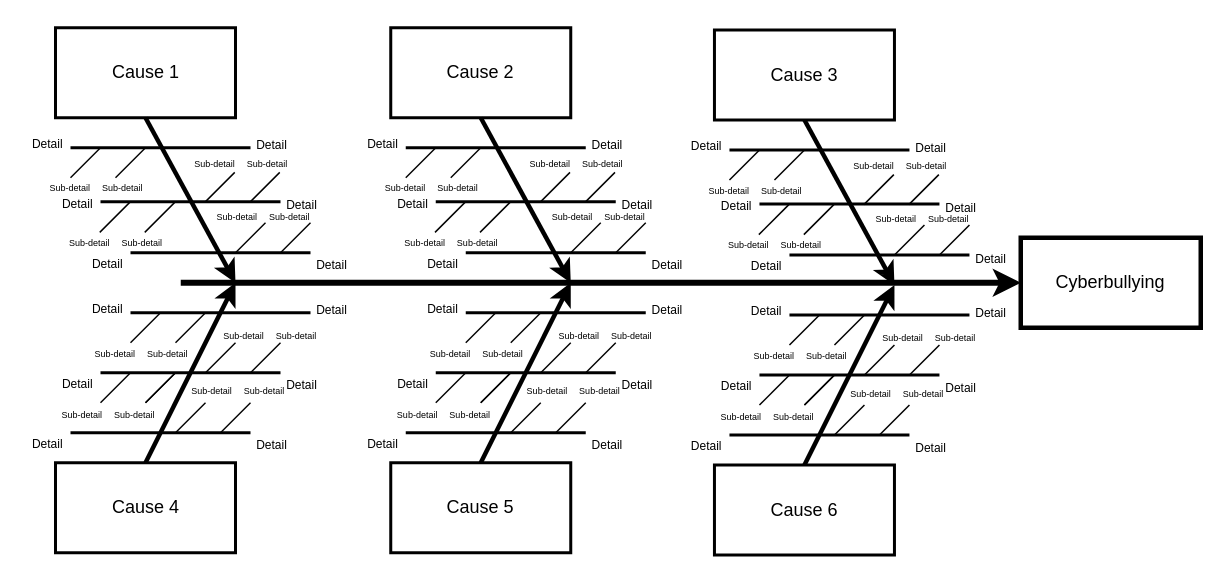
Umeem26/kampanye-internet-sehat keeps this draw.io diagram as Cyberbullying & etika berinternet.drawio. Above is the earlier version. Source tidied: cells renumbered, new cells numbered last; positions are measured from the earlier drawing's top-left corner, leaving out a move shared by most shapes. Both pictures are drawn from the tidied source at 150%, with x=0, y=0 at pixel (24, 27).
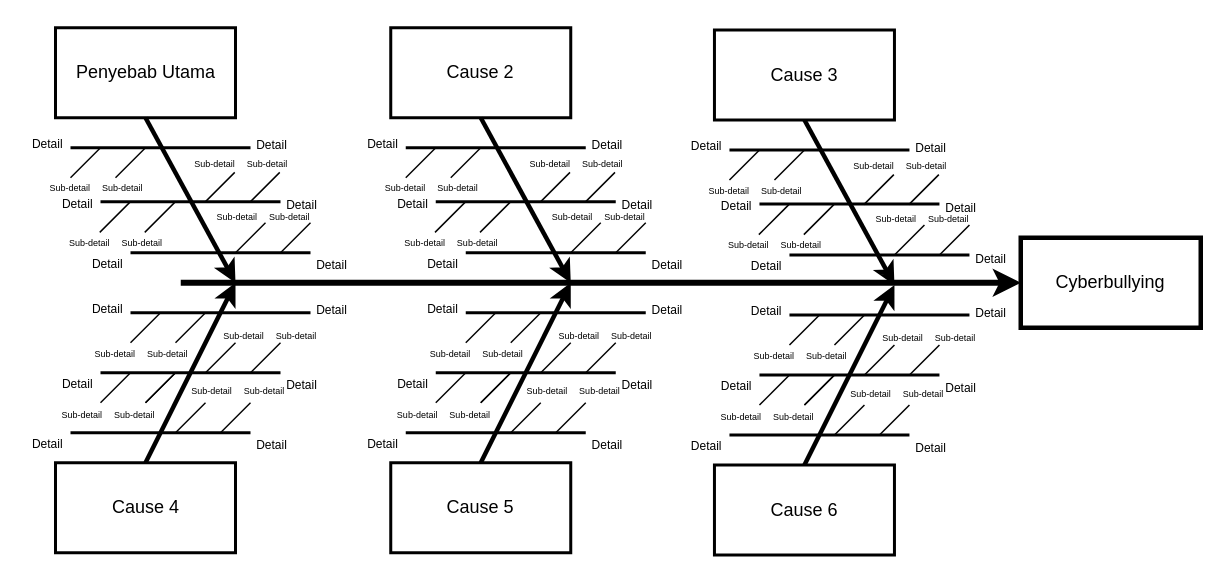
The same page after the edit.

Commit message:
nambahin cause 1

Change to the diagram source:
```diff
@@
-    <mxCell id="2" value="Cause 1" style="whiteSpace=wrap;strokeWidth=2;" parent="1" vertex="1">
+    <mxCell id="2" value="Penyebab Utama" style="whiteSpace=wrap;strokeWidth=2;" parent="1" vertex="1">
       <mxGeometry x="20.5" width="120" height="60" as="geometry" />
     </mxCell>
```
